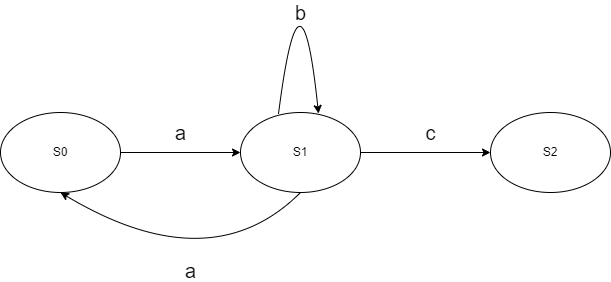
This is img/dfa.png from trojanmartin/event-driven-arduino, a draw.io export, as it was before one commit. Source tidied: cells renumbered, new cells last; positions are measured from the earlier drawing's top-left corner, leaving out a move shared by most shapes.
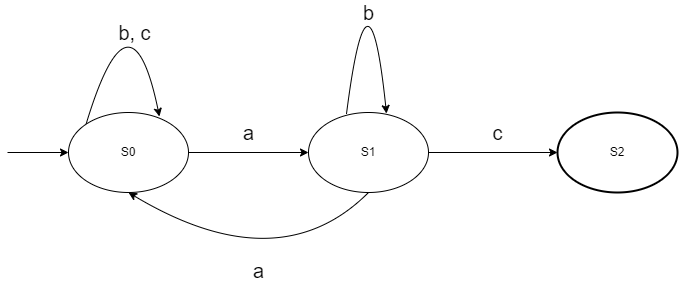
After the change.

Change to the diagram source:
```diff
@@ -8,16 +8,15 @@
     <mxCell id="3" value="S1" style="ellipse;whiteSpace=wrap;html=1;" parent="1" vertex="1">
       <mxGeometry x="240" y="170" width="120" height="80" as="geometry" />
     </mxCell>
-    <mxCell id="4" value="S2&lt;br&gt;" style="ellipse;whiteSpace=wrap;html=1;" parent="1" vertex="1">
-      <mxGeometry x="490" y="170" width="120" height="80" as="geometry" />
+    <mxCell id="4" value="S2&lt;br&gt;" style="ellipse;whiteSpace=wrap;html=1;strokeWidth=2;" parent="1" vertex="1">
+      <mxGeometry x="489" y="170" width="120" height="80" as="geometry" />
     </mxCell>
     <mxCell id="5" value="a" style="endArrow=classic;html=1;rounded=0;exitX=1;exitY=0.5;exitDx=0;exitDy=0;entryX=0;entryY=0.5;entryDx=0;entryDy=0;fontSize=20;" parent="1" edge="1" source="2" target="3">
       <mxGeometry y="20" relative="1" as="geometry" />
     </mxCell>
-    <mxCell id="6" value="c" style="endArrow=classic;html=1;rounded=0;entryX=0;entryY=0.5;entryDx=0;entryDy=0;fontSize=20;" parent="1" edge="1">
+    <mxCell id="6" value="c" style="endArrow=classic;html=1;rounded=0;entryX=0;entryY=0.5;entryDx=0;entryDy=0;fontSize=20;" parent="1" edge="1" target="4">
       <mxGeometry x="0.08" y="20" relative="1" as="geometry">
         <mxPoint x="360" y="210" as="sourcePoint" />
-        <mxPoint x="490" y="210" as="targetPoint" />
       </mxGeometry>
     </mxCell>
     <mxCell id="7" value="b" style="curved=1;endArrow=classic;html=1;rounded=0;exitX=0.317;exitY=0.013;exitDx=0;exitDy=0;entryX=0.65;entryY=0.013;entryDx=0;entryDy=0;entryPerimeter=0;exitPerimeter=0;fontSize=20;" parent="1" edge="1" source="3" target="3">
@@ -34,5 +33,17 @@
         </Array>
       </mxGeometry>
     </mxCell>
+    <mxCell id="9" style="endArrow=classic;html=1;rounded=0;entryX=0;entryY=0.5;entryDx=0;entryDy=0;" parent="1" edge="1" target="2">
+      <mxGeometry relative="1" as="geometry">
+        <mxPoint x="-61" y="210" as="sourcePoint" />
+      </mxGeometry>
+    </mxCell>
+    <mxCell id="10" value="b, c" style="curved=1;endArrow=classic;html=1;rounded=0;exitX=0;exitY=0;exitDx=0;exitDy=0;entryX=0.758;entryY=0.05;entryDx=0;entryDy=0;entryPerimeter=0;fontSize=20;" parent="1" edge="1" source="2" target="2">
+      <mxGeometry x="0.41" y="-7" relative="1" as="geometry">
+        <Array as="points">
+          <mxPoint x="62" y="35" />
+        </Array>
+      </mxGeometry>
+    </mxCell>
   </root>
 </mxGraphModel>
```
